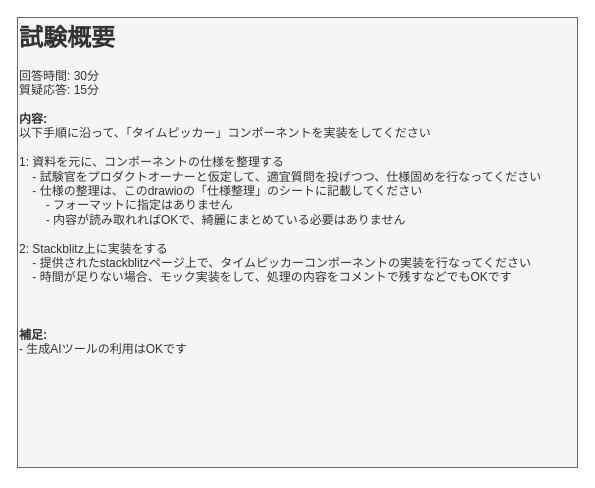
The draw.io diagram page "試験概要" (1 of 2) of coding-test/React-coding-test-v2.drawio in CW-EijiOsakabe/materials, before the edit. Source tidied: cells renumbered, new cells numbered last; positions are measured from the earlier drawing's top-left corner, leaving out a move shared by most shapes. Both pictures are drawn from the tidied source at 100%, with x=0, y=0 at pixel (17, 17).
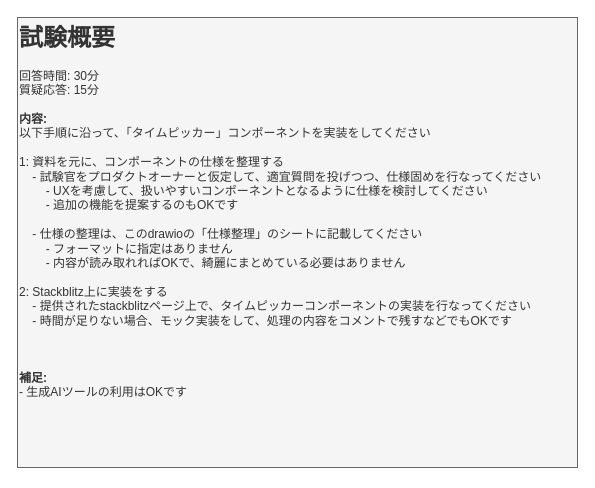
Above is the later version.

What changed in the source:
```diff
@@
 <mxGraphModel>
   <root>
     <mxCell id="0" />
     <mxCell id="1" parent="0" />
-    <mxCell id="2" value="&lt;h1 style=&quot;margin-top: 0px;&quot;&gt;試験概要&lt;/h1&gt;&lt;div&gt;回答時間: 30分&lt;/div&gt;&lt;div&gt;質疑応答: 15分&lt;/div&gt;&lt;div&gt;&lt;br&gt;&lt;/div&gt;&lt;div&gt;&lt;b&gt;内容:&lt;/b&gt;&lt;/div&gt;&lt;div&gt;以下手順に沿って、「タイムピッカー」コンポーネントを実装をしてください&lt;/div&gt;&lt;div&gt;&lt;span style=&quot;background-color: initial;&quot;&gt;&lt;br&gt;&lt;/span&gt;&lt;/div&gt;&lt;div&gt;&lt;span style=&quot;background-color: initial;&quot;&gt;1: 資料を元に、コンポーネントの仕様を整理する&lt;/span&gt;&lt;/div&gt;&lt;div&gt;&lt;span style=&quot;background-color: initial;&quot;&gt;&amp;nbsp; &amp;nbsp; - 試験官をプロダクトオーナーと仮定して、適宜質問を投げつつ、仕様固めを行なってください&lt;/span&gt;&lt;br&gt;&lt;/div&gt;&lt;div&gt;&lt;span style=&quot;background-color: initial;&quot;&gt;&amp;nbsp; &amp;nbsp; - 仕様の整理は、このdrawioの「仕様整理」のシートに記載してください&lt;/span&gt;&lt;/div&gt;&lt;div&gt;&lt;span style=&quot;background-color: initial;&quot;&gt;&amp;nbsp; &amp;nbsp; &amp;nbsp; &amp;nbsp; - フォーマットに指定はありません&lt;/span&gt;&lt;/div&gt;&lt;div&gt;&amp;nbsp; &amp;nbsp; &amp;nbsp; &amp;nbsp; - 内容が読み取れればOKで、綺麗にまとめている必要はありません&lt;span style=&quot;background-color: initial;&quot;&gt;&lt;br&gt;&lt;/span&gt;&lt;/div&gt;&lt;div&gt;&lt;br&gt;&lt;/div&gt;&lt;div&gt;2: Stackblitz上に実装をする&lt;/div&gt;&lt;div&gt;&amp;nbsp; &amp;nbsp; - 提供されたstackblitzページ上で、タイムピッカーコンポーネントの実装を行なってください&lt;/div&gt;&lt;div&gt;&amp;nbsp; &amp;nbsp; - 時間が足りない場合、モック実装をして、処理の内容をコメントで残すなどでもOKです&lt;/div&gt;&lt;div&gt;&lt;br&gt;&lt;/div&gt;&lt;div&gt;&lt;br&gt;&lt;/div&gt;&lt;div&gt;&lt;br&gt;&lt;/div&gt;&lt;div&gt;&lt;b&gt;補足:&lt;/b&gt;&lt;/div&gt;&lt;div&gt;- 生成AIツールの利用はOKです&lt;/div&gt;" style="text;html=1;whiteSpace=wrap;overflow=hidden;rounded=0;fillColor=#f5f5f5;fontColor=#333333;strokeColor=#666666;" parent="1" vertex="1">
+    <mxCell id="2" value="&lt;h1 style=&quot;margin-top: 0px;&quot;&gt;試験概要&lt;/h1&gt;&lt;div&gt;回答時間: 30分&lt;/div&gt;&lt;div&gt;質疑応答: 15分&lt;/div&gt;&lt;div&gt;&lt;br&gt;&lt;/div&gt;&lt;div&gt;&lt;b&gt;内容:&lt;/b&gt;&lt;/div&gt;&lt;div&gt;以下手順に沿って、「タイムピッカー」コンポーネントを実装をしてください&lt;/div&gt;&lt;div&gt;&lt;span style=&quot;background-color: initial;&quot;&gt;&lt;br&gt;&lt;/span&gt;&lt;/div&gt;&lt;div&gt;&lt;span style=&quot;background-color: initial;&quot;&gt;1: 資料を元に、コンポーネントの仕様を整理する&lt;/span&gt;&lt;/div&gt;&lt;div&gt;&lt;span style=&quot;background-color: initial;&quot;&gt;&amp;nbsp; &amp;nbsp; - 試験官をプロダクトオーナーと仮定して、適宜質問を投げつつ、仕様固めを行なってください&lt;br&gt;&lt;/span&gt;&amp;nbsp; &amp;nbsp; &amp;nbsp; &amp;nbsp; - UXを考慮して、扱いやすいコンポーネントとなるように仕様を検討してください&lt;/div&gt;&lt;div&gt;&amp;nbsp; &amp;nbsp; &amp;nbsp; &amp;nbsp; - 追加の機能を提案するのもOKです&lt;/div&gt;&lt;div&gt;&lt;br&gt;&lt;/div&gt;&lt;div&gt;&lt;span style=&quot;background-color: initial;&quot;&gt;&amp;nbsp; &amp;nbsp; - 仕様の整理は、このdrawioの「仕様整理」のシートに記載してください&lt;/span&gt;&lt;/div&gt;&lt;div&gt;&lt;span style=&quot;background-color: initial;&quot;&gt;&amp;nbsp; &amp;nbsp; &amp;nbsp; &amp;nbsp; - フォーマットに指定はありません&lt;/span&gt;&lt;/div&gt;&lt;div&gt;&amp;nbsp; &amp;nbsp; &amp;nbsp; &amp;nbsp; - 内容が読み取れればOKで、綺麗にまとめている必要はありません&lt;span style=&quot;background-color: initial;&quot;&gt;&lt;br&gt;&lt;/span&gt;&lt;/div&gt;&lt;div&gt;&lt;br&gt;&lt;/div&gt;&lt;div&gt;2: Stackblitz上に実装をする&lt;/div&gt;&lt;div&gt;&amp;nbsp; &amp;nbsp; - 提供されたstackblitzページ上で、タイムピッカーコンポーネントの実装を行なってください&lt;/div&gt;&lt;div&gt;&amp;nbsp; &amp;nbsp; - 時間が足りない場合、モック実装をして、処理の内容をコメントで残すなどでもOKです&lt;/div&gt;&lt;div&gt;&lt;br&gt;&lt;/div&gt;&lt;div&gt;&lt;br&gt;&lt;/div&gt;&lt;div&gt;&lt;br&gt;&lt;/div&gt;&lt;div&gt;&lt;b&gt;補足:&lt;/b&gt;&lt;/div&gt;&lt;div&gt;- 生成AIツールの利用はOKです&lt;/div&gt;" style="text;html=1;whiteSpace=wrap;overflow=hidden;rounded=0;fillColor=#f5f5f5;fontColor=#333333;strokeColor=#666666;" parent="1" vertex="1">
       <mxGeometry width="560" height="450" as="geometry" />
     </mxCell>
   </root>
 </mxGraphModel>
```
